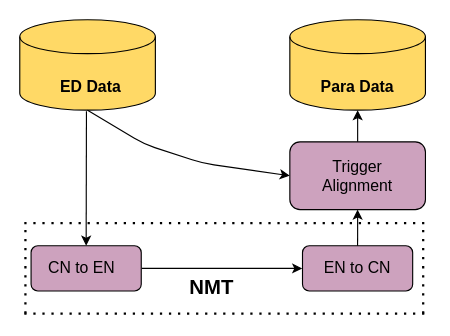
Above: Untitled Diagram.drawio in gitofding/first_repository (draw.io), before the change. Source tidied: cells renumbered, new cells numbered last; positions are measured from the earlier drawing's top-left corner, leaving out a move shared by most shapes. Both pictures are drawn from the tidied source at 113%, with x=0, y=0 at pixel (19, 19).
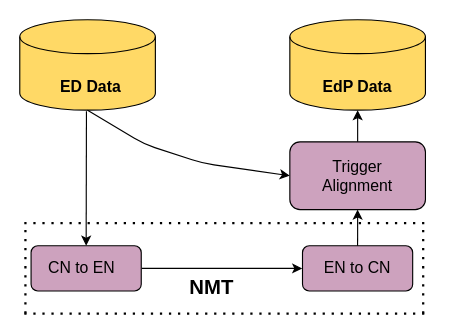
The same diagram, later.

Change to the diagram source:
```diff
@@
-    <mxCell id="5" value="&lt;font style=&quot;font-size: 14px&quot;&gt;&lt;b&gt;Para Data&lt;/b&gt;&lt;/font&gt;" style="text;html=1;strokeColor=none;fillColor=none;align=center;verticalAlign=middle;whiteSpace=wrap;rounded=0;" parent="1" vertex="1">
+    <mxCell id="5" value="&lt;font style=&quot;font-size: 14px&quot;&gt;&lt;b&gt;EdP Data&lt;/b&gt;&lt;/font&gt;" style="text;html=1;strokeColor=none;fillColor=none;align=center;verticalAlign=middle;whiteSpace=wrap;rounded=0;" parent="1" vertex="1">
       <mxGeometry x="264" y="49" width="70" height="20" as="geometry" />
     </mxCell>
```
